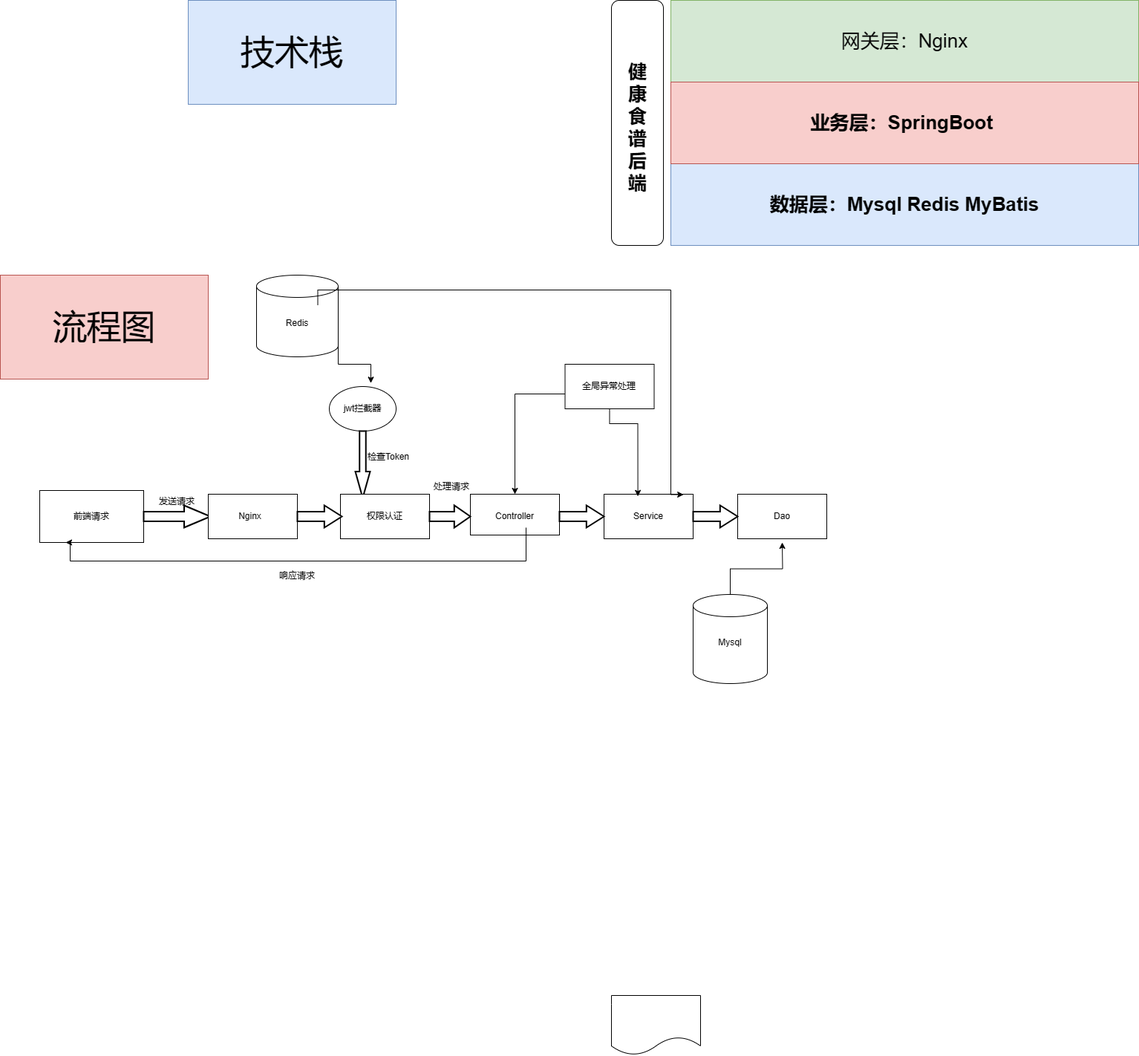
Before: 健康食谱后端.png, a diagram exported from draw.io (wangXingRunning/weige.github.io). Source tidied: cells renumbered, new cells last; positions are measured from the earlier drawing's top-left corner, leaving out a move shared by most shapes.
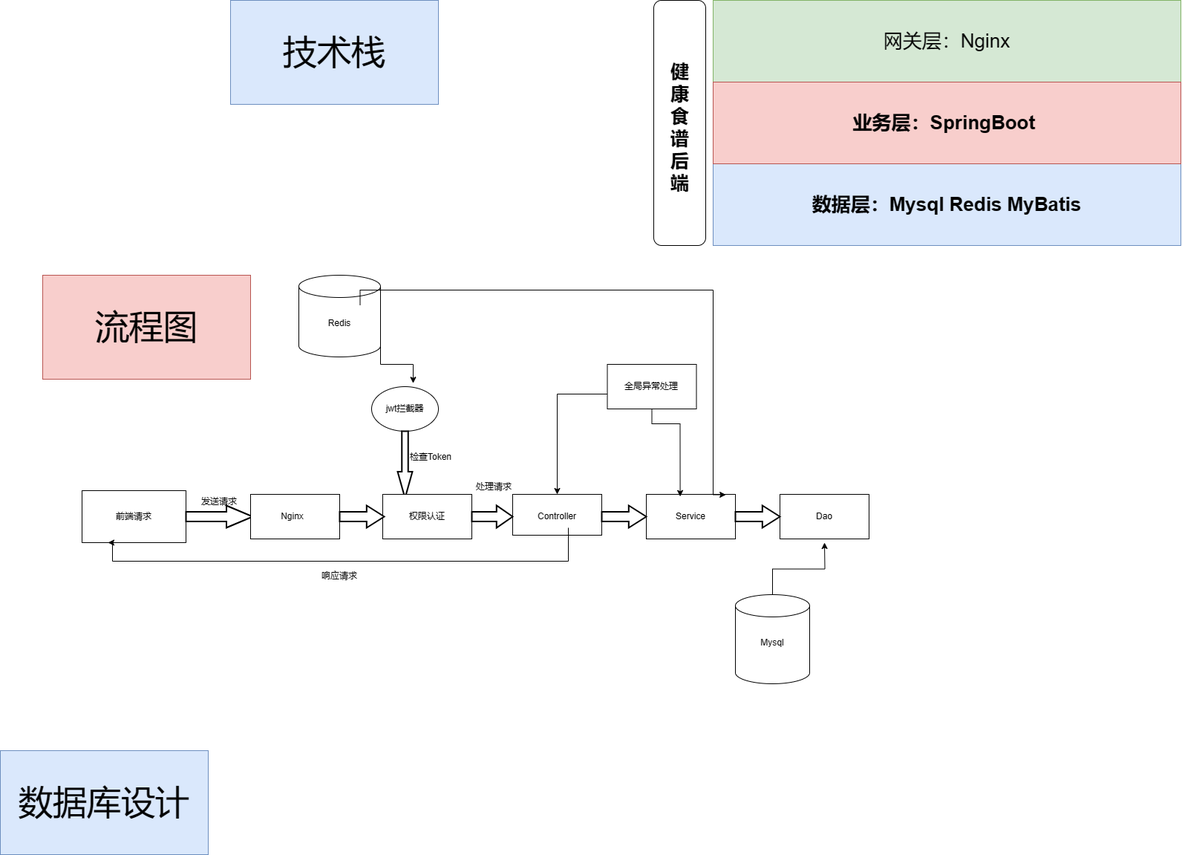
After the change.

Commit message:
更新健康食谱后端.png

Change to the diagram source:
```diff
@@ -163,14 +163,14 @@
     <mxCell id="46" value="处理请求" style="text;html=1;strokeColor=none;fillColor=none;align=center;verticalAlign=middle;whiteSpace=wrap;rounded=0;" parent="1" vertex="1">
       <mxGeometry x="578" y="640" width="60" height="30" as="geometry" />
     </mxCell>
-    <mxCell id="47" style="shape=document;whiteSpace=wrap;html=1;boundedLbl=1;" parent="1" vertex="1">
-      <mxGeometry x="823" y="1340" width="120" height="80" as="geometry" />
-    </mxCell>
     <mxCell id="48" value="&lt;font style=&quot;font-size: 46px;&quot;&gt;技术栈&lt;/font&gt;" style="rounded=0;whiteSpace=wrap;html=1;fillColor=#dae8fc;strokeColor=#6c8ebf;" parent="1" vertex="1">
       <mxGeometry x="253" width="280" height="140" as="geometry" />
     </mxCell>
     <mxCell id="49" value="&lt;span style=&quot;font-size: 46px;&quot;&gt;流程图&lt;/span&gt;" style="rounded=0;whiteSpace=wrap;html=1;fillColor=#f8cecc;strokeColor=#b85450;" parent="1" vertex="1">
       <mxGeometry y="370" width="280" height="140" as="geometry" />
     </mxCell>
+    <mxCell id="50" value="&lt;span style=&quot;font-size: 46px;&quot;&gt;数据库设计&lt;/span&gt;" style="rounded=0;whiteSpace=wrap;html=1;fillColor=#dae8fc;strokeColor=#6c8ebf;" parent="1" vertex="1">
+      <mxGeometry x="-57" y="1010" width="280" height="140" as="geometry" />
+    </mxCell>
   </root>
 </mxGraphModel>
```
